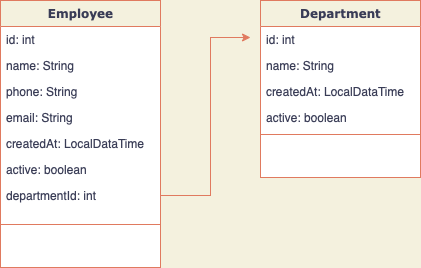
tatianaburii/employee-service keeps this draw.io diagram as images/EmployeeServiceModel.png. Above is the earlier version. Source tidied: cells renumbered, new cells last; positions are measured from the earlier drawing's top-left corner, leaving out a move shared by most shapes.
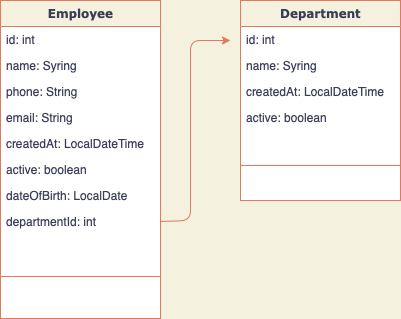
After the change.

Commit message:
#29 Add date of birth field to Employee

Diff of the diagram source:
```diff
@@ -2,59 +2,62 @@
   <root>
     <mxCell id="0" />
     <mxCell id="1" parent="0" />
-    <mxCell id="2" value="Employee" style="swimlane;html=1;fontStyle=1;align=center;verticalAlign=top;horizontal=1;startSize=26;swimlaneFillColor=#ffffff;rounded=0;shadow=0;comic=0;labelBackgroundColor=none;strokeWidth=1;fillColor=none;fontFamily=Verdana;fontSize=12;strokeColor=#E07A5F;fontColor=#393C56;" parent="1" vertex="1">
-      <mxGeometry width="160" height="267" as="geometry" />
+    <mxCell id="2" value="Department" style="swimlane;html=1;fontStyle=1;align=center;verticalAlign=top;horizontal=1;startSize=26;swimlaneFillColor=#ffffff;rounded=0;shadow=0;comic=0;labelBackgroundColor=none;strokeWidth=1;fillColor=none;fontFamily=Verdana;fontSize=12;strokeColor=#E07A5F;fontColor=#393C56;" parent="1" vertex="1">
+      <mxGeometry width="160" height="200" as="geometry" />
     </mxCell>
-    <mxCell id="3" value="id: int" style="text;html=1;strokeColor=none;fillColor=none;align=left;verticalAlign=top;spacingLeft=4;spacingRight=4;whiteSpace=wrap;overflow=hidden;fontColor=#393C56;" parent="2" vertex="1">
-      <mxGeometry y="26" width="160" height="26" as="geometry" />
-    </mxCell>
-    <mxCell id="4" value="name: String" style="text;html=1;strokeColor=none;fillColor=none;align=left;verticalAlign=top;spacingLeft=4;spacingRight=4;whiteSpace=wrap;overflow=hidden;fontColor=#393C56;" parent="2" vertex="1">
-      <mxGeometry y="52" width="160" height="26" as="geometry" />
-    </mxCell>
+    <mxCell id="18" value="id: int" style="text;html=1;strokeColor=none;fillColor=none;align=left;verticalAlign=top;spacingLeft=4;spacingRight=4;whiteSpace=wrap;overflow=hidden;fontColor=#393C56;" parent="2" vertex="1">
+      <mxGeometry y="26" width="160" height="26" as="geometry" />
+    </mxCell>
+    <mxCell id="19" value="name: Syring" style="text;html=1;strokeColor=none;fillColor=none;align=left;verticalAlign=top;spacingLeft=4;spacingRight=4;whiteSpace=wrap;overflow=hidden;fontColor=#393C56;" parent="2" vertex="1">
+      <mxGeometry y="52" width="160" height="26" as="geometry" />
+    </mxCell>
+    <mxCell id="20" value="createdAt: LocalDateTime" style="text;html=1;strokeColor=none;fillColor=none;align=left;verticalAlign=top;spacingLeft=4;spacingRight=4;whiteSpace=wrap;overflow=hidden;fontColor=#393C56;" parent="2" vertex="1">
+      <mxGeometry y="78" width="160" height="26" as="geometry" />
+    </mxCell>
+    <mxCell id="15" value="active: boolean" style="text;html=1;strokeColor=none;fillColor=none;align=left;verticalAlign=top;spacingLeft=4;spacingRight=4;whiteSpace=wrap;overflow=hidden;fontColor=#393C56;" parent="2" vertex="1">
+      <mxGeometry y="104" width="160" height="26" as="geometry" />
+    </mxCell>
+    <mxCell id="10" style="line;html=1;strokeWidth=1;fillColor=none;align=left;verticalAlign=middle;spacingTop=-1;spacingLeft=3;spacingRight=3;labelPosition=right;labelBackgroundColor=#F4F1DE;strokeColor=#E07A5F;fontColor=#393C56;" parent="2" vertex="1">
+      <mxGeometry y="130" width="160" height="70" as="geometry" />
+    </mxCell>
+    <mxCell id="21" value="Employee" style="swimlane;html=1;fontStyle=1;align=center;verticalAlign=top;horizontal=1;startSize=26;swimlaneFillColor=#ffffff;rounded=0;shadow=0;comic=0;labelBackgroundColor=none;strokeWidth=1;fillColor=none;fontFamily=Verdana;fontSize=12;strokeColor=#E07A5F;fontColor=#393C56;" parent="1" vertex="1">
+      <mxGeometry x="-240" width="160" height="318" as="geometry" />
+    </mxCell>
+    <mxCell id="22" value="id: int" style="text;html=1;strokeColor=none;fillColor=none;align=left;verticalAlign=top;spacingLeft=4;spacingRight=4;whiteSpace=wrap;overflow=hidden;fontColor=#393C56;" parent="21" vertex="1">
+      <mxGeometry y="26" width="160" height="26" as="geometry" />
+    </mxCell>
+    <mxCell id="23" value="name: Syring" style="text;html=1;strokeColor=none;fillColor=none;align=left;verticalAlign=top;spacingLeft=4;spacingRight=4;whiteSpace=wrap;overflow=hidden;fontColor=#393C56;" parent="21" vertex="1">
+      <mxGeometry y="52" width="160" height="26" as="geometry" />
+    </mxCell>
-    <mxCell id="5" value="phone: String" style="text;html=1;strokeColor=none;fillColor=none;align=left;verticalAlign=top;spacingLeft=4;spacingRight=4;whiteSpace=wrap;overflow=hidden;fontColor=#393C56;" parent="2" vertex="1">
+    <mxCell id="5" value="phone: String" style="text;html=1;strokeColor=none;fillColor=none;align=left;verticalAlign=top;spacingLeft=4;spacingRight=4;whiteSpace=wrap;overflow=hidden;fontColor=#393C56;" parent="21" vertex="1">
       <mxGeometry y="78" width="160" height="26" as="geometry" />
     </mxCell>
-    <mxCell id="6" value="email: String" style="text;html=1;strokeColor=none;fillColor=none;align=left;verticalAlign=top;spacingLeft=4;spacingRight=4;whiteSpace=wrap;overflow=hidden;fontColor=#393C56;" parent="2" vertex="1">
+    <mxCell id="6" value="email: String" style="text;html=1;strokeColor=none;fillColor=none;align=left;verticalAlign=top;spacingLeft=4;spacingRight=4;whiteSpace=wrap;overflow=hidden;fontColor=#393C56;" parent="21" vertex="1">
       <mxGeometry y="104" width="160" height="26" as="geometry" />
     </mxCell>
-    <mxCell id="7" value="createdAt: LocalDataTime" style="text;html=1;strokeColor=none;fillColor=none;align=left;verticalAlign=top;spacingLeft=4;spacingRight=4;whiteSpace=wrap;overflow=hidden;fontColor=#393C56;" parent="2" vertex="1">
-      <mxGeometry y="130" width="160" height="26" as="geometry" />
-    </mxCell>
+    <mxCell id="24" value="createdAt: LocalDateTime" style="text;html=1;strokeColor=none;fillColor=none;align=left;verticalAlign=top;spacingLeft=4;spacingRight=4;whiteSpace=wrap;overflow=hidden;fontColor=#393C56;" parent="21" vertex="1">
+      <mxGeometry y="130" width="160" height="26" as="geometry" />
+    </mxCell>
-    <mxCell id="8" value="active: boolean" style="text;html=1;strokeColor=none;fillColor=none;align=left;verticalAlign=top;spacingLeft=4;spacingRight=4;whiteSpace=wrap;overflow=hidden;fontColor=#393C56;" parent="2" vertex="1">
+    <mxCell id="8" value="active: boolean" style="text;html=1;strokeColor=none;fillColor=none;align=left;verticalAlign=top;spacingLeft=4;spacingRight=4;whiteSpace=wrap;overflow=hidden;fontColor=#393C56;" parent="21" vertex="1">
       <mxGeometry y="156" width="160" height="26" as="geometry" />
     </mxCell>
+    <mxCell id="25" value="dateOfBirth: LocalDate" style="text;html=1;strokeColor=none;fillColor=none;align=left;verticalAlign=top;spacingLeft=4;spacingRight=4;whiteSpace=wrap;overflow=hidden;fontColor=#393C56;" parent="21" vertex="1">
+      <mxGeometry y="182" width="160" height="26" as="geometry" />
+    </mxCell>
-    <mxCell id="9" value="departmentId: int" style="text;html=1;strokeColor=none;fillColor=none;align=left;verticalAlign=top;spacingLeft=4;spacingRight=4;whiteSpace=wrap;overflow=hidden;points=[[0,0.5],[1,0.5]];portConstraint=eastwest;fontColor=#393C56;" parent="2" vertex="1">
-      <mxGeometry y="182" width="160" height="26" as="geometry" />
+    <mxCell id="9" value="departmentId: int" style="text;html=1;strokeColor=none;fillColor=none;align=left;verticalAlign=top;spacingLeft=4;spacingRight=4;whiteSpace=wrap;overflow=hidden;points=[[0,0.5],[1,0.5]];portConstraint=eastwest;fontColor=#393C56;" parent="21" vertex="1">
+      <mxGeometry y="208" width="160" height="26" as="geometry" />
     </mxCell>
-    <mxCell id="10" style="line;html=1;strokeWidth=1;fillColor=none;align=left;verticalAlign=middle;spacingTop=-1;spacingLeft=3;spacingRight=3;labelPosition=right;labelBackgroundColor=#F4F1DE;strokeColor=#E07A5F;fontColor=#393C56;" parent="2" vertex="1">
-      <mxGeometry y="208" width="160" height="32" as="geometry" />
-    </mxCell>
-    <mxCell id="11" value="Department" style="swimlane;html=1;fontStyle=1;align=center;verticalAlign=top;horizontal=1;startSize=26;swimlaneFillColor=#ffffff;rounded=0;shadow=0;comic=0;labelBackgroundColor=none;strokeWidth=1;fillColor=none;fontFamily=Verdana;fontSize=12;strokeColor=#E07A5F;fontColor=#393C56;" parent="1" vertex="1">
-      <mxGeometry x="260" width="160" height="177" as="geometry" />
-    </mxCell>
-    <mxCell id="12" value="id: int" style="text;html=1;strokeColor=none;fillColor=none;align=left;verticalAlign=top;spacingLeft=4;spacingRight=4;whiteSpace=wrap;overflow=hidden;fontColor=#393C56;" parent="11" vertex="1">
-      <mxGeometry y="26" width="160" height="26" as="geometry" />
-    </mxCell>
-    <mxCell id="13" value="name: String" style="text;html=1;strokeColor=none;fillColor=none;align=left;verticalAlign=top;spacingLeft=4;spacingRight=4;whiteSpace=wrap;overflow=hidden;fontColor=#393C56;" parent="11" vertex="1">
-      <mxGeometry y="52" width="160" height="26" as="geometry" />
-    </mxCell>
-    <mxCell id="14" value="createdAt: LocalDataTime" style="text;html=1;strokeColor=none;fillColor=none;align=left;verticalAlign=top;spacingLeft=4;spacingRight=4;whiteSpace=wrap;overflow=hidden;fontColor=#393C56;" parent="11" vertex="1">
-      <mxGeometry y="78" width="160" height="26" as="geometry" />
-    </mxCell>
-    <mxCell id="15" value="active: boolean" style="text;html=1;strokeColor=none;fillColor=none;align=left;verticalAlign=top;spacingLeft=4;spacingRight=4;whiteSpace=wrap;overflow=hidden;fontColor=#393C56;" parent="11" vertex="1">
-      <mxGeometry y="104" width="160" height="26" as="geometry" />
-    </mxCell>
-    <mxCell id="16" style="line;html=1;strokeWidth=1;fillColor=none;align=left;verticalAlign=middle;spacingTop=-1;spacingLeft=3;spacingRight=3;labelPosition=right;labelBackgroundColor=#F4F1DE;strokeColor=#E07A5F;fontColor=#393C56;" parent="11" vertex="1">
-      <mxGeometry y="130" width="160" height="8" as="geometry" />
-    </mxCell>
-    <mxCell id="17" style="edgeStyle=orthogonalEdgeStyle;rounded=0;jettySize=auto;html=1;exitX=1;exitY=0.5;exitDx=0;exitDy=0;labelBackgroundColor=#F4F1DE;strokeColor=#E07A5F;fontColor=#393C56;" parent="1" edge="1" source="9">
-      <mxGeometry relative="1" as="geometry">
-        <mxPoint x="250" y="37" as="targetPoint" />
-        <Array as="points">
-          <mxPoint x="210" y="195" />
-          <mxPoint x="210" y="37" />
-        </Array>
-      </mxGeometry>
-    </mxCell>
+    <mxCell id="26" style="line;html=1;strokeWidth=1;fillColor=none;align=left;verticalAlign=middle;spacingTop=-1;spacingLeft=3;spacingRight=3;labelPosition=right;labelBackgroundColor=#F4F1DE;strokeColor=#E07A5F;fontColor=#393C56;" parent="21" vertex="1">
+      <mxGeometry y="234" width="160" height="84" as="geometry" />
+    </mxCell>
+    <mxCell id="27" style="endArrow=classic;html=1;rounded=1;sketch=0;fontColor=#393C56;strokeColor=#E07A5F;fillColor=#F2CC8F;curved=0;exitX=1;exitY=0.5;exitDx=0;exitDy=0;" parent="1" edge="1" source="9">
+      <mxGeometry relative="1" as="geometry">
+        <mxPoint x="-10" y="40" as="targetPoint" />
+        <Array as="points">
+          <mxPoint x="-50" y="220" />
+          <mxPoint x="-50" y="40" />
+        </Array>
+      </mxGeometry>
+    </mxCell>
   </root>
 </mxGraphModel>
```
